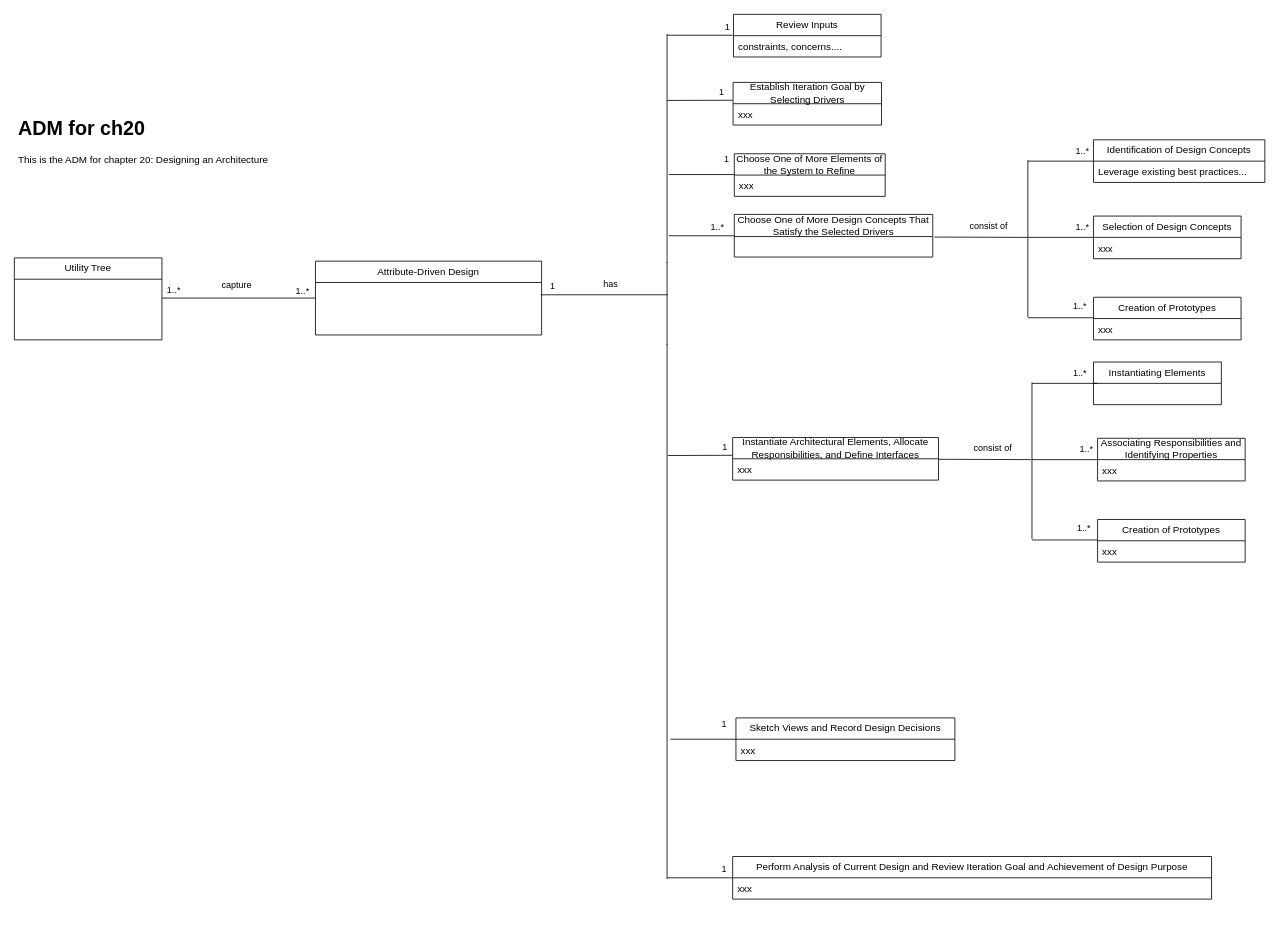
Above: Documentation/DomainModel/ch20.drawio in dhruwanga19/4471_Group14_ProjectDocumentation (draw.io), before the change. Source tidied: cells renumbered, new cells numbered last; positions are measured from the earlier drawing's top-left corner, leaving out a move shared by most shapes. Both pictures are drawn from the tidied source at 82%, with x=0, y=0 at pixel (14, 14).
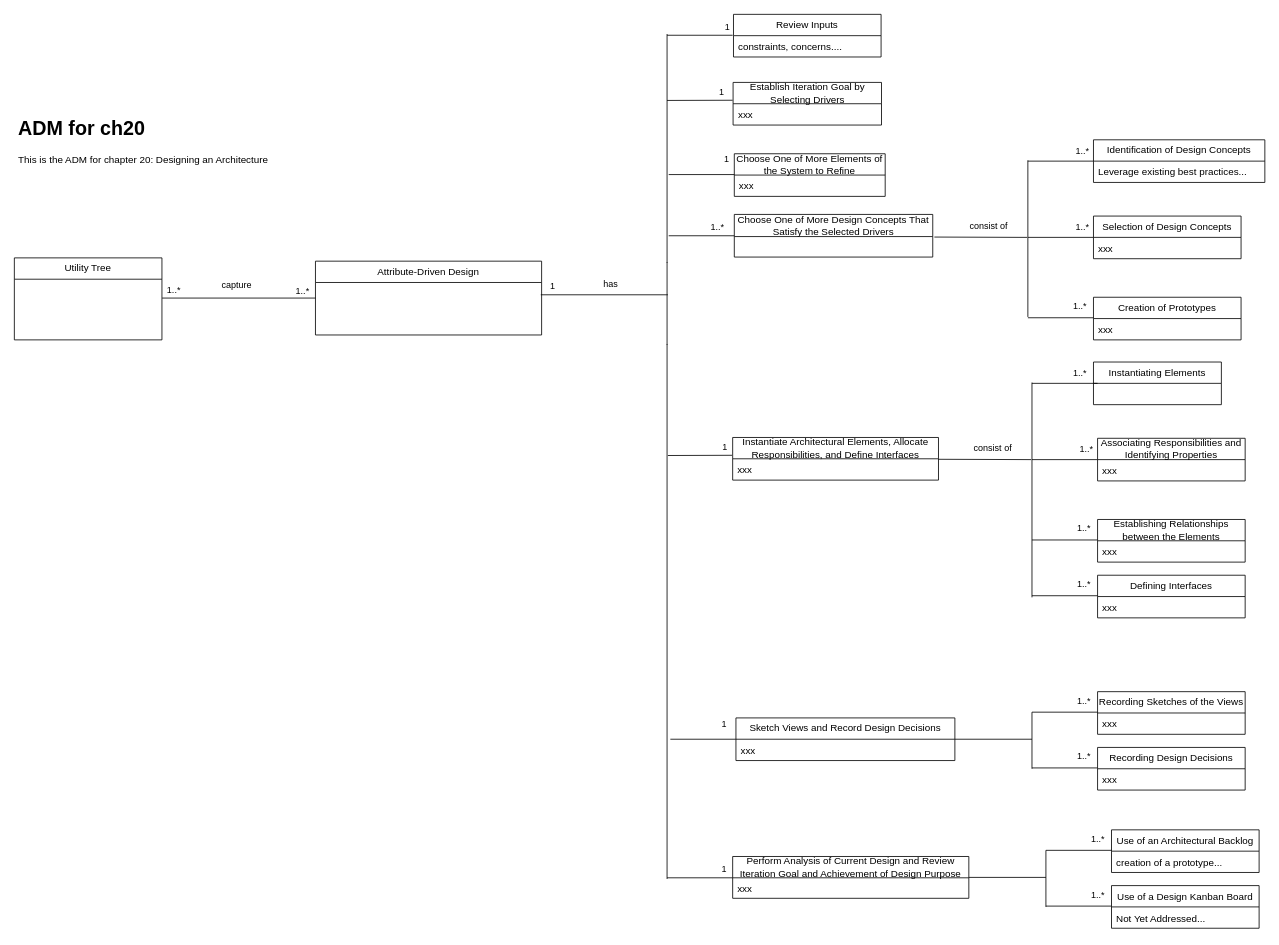
The same diagram, later.

The change refers to these unchanged cells:
```xml
<mxCell id="12" value="Sketch Views and Record Design Decisions" style="swimlane;fontStyle=0;horizontal=1;startSize=26;fillColor=none;whiteSpace=wrap;html=1;" parent="1" vertex="1">
  <mxGeometry x="880" y="858" width="267" height="52" as="geometry" />
</mxCell>
```

The edit, as a diff of the source:
```diff
@@
     <mxCell id="38" value="Perform Analysis of Current Design and Review Iteration Goal and Achievement of Design Purpose" style="swimlane;fontStyle=0;horizontal=1;startSize=26;fillColor=none;whiteSpace=wrap;html=1;" parent="1" vertex="1">
-      <mxGeometry x="876" y="1027" width="584" height="52" as="geometry" />
+      <mxGeometry x="876" y="1027" width="288" height="51" as="geometry" />
     </mxCell>
     <mxCell id="39" value="xxx" style="text;strokeColor=none;fillColor=none;align=left;verticalAlign=top;spacingLeft=4;spacingRight=4;overflow=hidden;whiteSpace=wrap;html=1;" parent="38" vertex="1">
-      <mxGeometry y="26" width="584" height="26" as="geometry" />
+      <mxGeometry y="26" width="288" height="25" as="geometry" />
     </mxCell>
@@
     <mxCell id="57" style="endArrow=none;html=1;rounded=0;" parent="1" edge="1">
       <mxGeometry relative="1" as="geometry">
-        <mxPoint x="1241" y="640" as="sourcePoint" />
+        <mxPoint x="1241" y="711" as="sourcePoint" />
         <mxPoint x="1241" y="449" as="targetPoint" />
       </mxGeometry>
     </mxCell>
@@
-    <mxCell id="62" value="Creation of Prototypes" style="swimlane;fontStyle=0;horizontal=1;startSize=26;fillColor=none;whiteSpace=wrap;html=1;" parent="1" vertex="1">
+    <mxCell id="62" value="Establishing Relationships between the Elements" style="swimlane;fontStyle=0;horizontal=1;startSize=26;fillColor=none;whiteSpace=wrap;html=1;" parent="1" vertex="1">
       <mxGeometry x="1321" y="616" width="180" height="52" as="geometry" />
     </mxCell>
@@
+    <mxCell id="71" style="endArrow=none;html=1;rounded=0;" parent="1" edge="1">
+      <mxGeometry relative="1" as="geometry">
+        <mxPoint x="1241" y="709" as="sourcePoint" />
+        <mxPoint x="1321" y="709" as="targetPoint" />
+      </mxGeometry>
+    </mxCell>
+    <mxCell id="72" value="Defining Interfaces" style="swimlane;fontStyle=0;horizontal=1;startSize=26;fillColor=none;whiteSpace=wrap;html=1;" parent="1" vertex="1">
+      <mxGeometry x="1321" y="684" width="180" height="52" as="geometry" />
+    </mxCell>
+    <mxCell id="73" value="xxx" style="text;strokeColor=none;fillColor=none;align=left;verticalAlign=top;spacingLeft=4;spacingRight=4;overflow=hidden;whiteSpace=wrap;html=1;" parent="72" vertex="1">
+      <mxGeometry y="26" width="180" height="26" as="geometry" />
+    </mxCell>
+    <mxCell id="74" value="1..*" style="edgeLabel;html=1;align=right;verticalAlign=bottom;" parent="1" vertex="1">
+      <mxGeometry x="1313" y="703" as="geometry" />
+    </mxCell>
+    <mxCell id="75" style="endArrow=none;html=1;rounded=0;" parent="1" edge="1">
+      <mxGeometry relative="1" as="geometry">
+        <mxPoint x="1241" y="851" as="sourcePoint" />
+        <mxPoint x="1321" y="851" as="targetPoint" />
+      </mxGeometry>
+    </mxCell>
+    <mxCell id="76" value="Recording Sketches of the Views" style="swimlane;fontStyle=0;horizontal=1;startSize=26;fillColor=none;whiteSpace=wrap;html=1;" parent="1" vertex="1">
+      <mxGeometry x="1321" y="826" width="180" height="52" as="geometry" />
+    </mxCell>
+    <mxCell id="77" value="xxx" style="text;strokeColor=none;fillColor=none;align=left;verticalAlign=top;spacingLeft=4;spacingRight=4;overflow=hidden;whiteSpace=wrap;html=1;" parent="76" vertex="1">
+      <mxGeometry y="26" width="180" height="26" as="geometry" />
+    </mxCell>
+    <mxCell id="78" value="1..*" style="edgeLabel;html=1;align=right;verticalAlign=bottom;" parent="1" vertex="1">
+      <mxGeometry x="1313" y="845" as="geometry" />
+    </mxCell>
+    <mxCell id="79" style="endArrow=none;html=1;rounded=0;" parent="1" edge="1">
+      <mxGeometry relative="1" as="geometry">
+        <mxPoint x="1241" y="919" as="sourcePoint" />
+        <mxPoint x="1321" y="919" as="targetPoint" />
+      </mxGeometry>
+    </mxCell>
+    <mxCell id="80" value="Recording Design Decisions" style="swimlane;fontStyle=0;horizontal=1;startSize=26;fillColor=none;whiteSpace=wrap;html=1;" parent="1" vertex="1">
+      <mxGeometry x="1321" y="894" width="180" height="52" as="geometry" />
+    </mxCell>
+    <mxCell id="81" value="xxx" style="text;strokeColor=none;fillColor=none;align=left;verticalAlign=top;spacingLeft=4;spacingRight=4;overflow=hidden;whiteSpace=wrap;html=1;" parent="80" vertex="1">
+      <mxGeometry y="26" width="180" height="26" as="geometry" />
+    </mxCell>
+    <mxCell id="82" value="1..*" style="edgeLabel;html=1;align=right;verticalAlign=bottom;" parent="1" vertex="1">
+      <mxGeometry x="1313" y="913" as="geometry" />
+    </mxCell>
+    <mxCell id="83" style="endArrow=none;html=1;rounded=0;" parent="1" edge="1">
+      <mxGeometry relative="1" as="geometry">
+        <mxPoint x="1241" y="920" as="sourcePoint" />
+        <mxPoint x="1241" y="851" as="targetPoint" />
+      </mxGeometry>
+    </mxCell>
+    <mxCell id="84" style="endArrow=none;html=1;rounded=0;exitX=1;exitY=0.5;exitDx=0;exitDy=0;" parent="1" edge="1" source="12">
+      <mxGeometry relative="1" as="geometry">
+        <mxPoint x="1241" y="884" as="targetPoint" />
+      </mxGeometry>
+    </mxCell>
+    <mxCell id="85" style="endArrow=none;html=1;rounded=0;" parent="1" edge="1">
+      <mxGeometry relative="1" as="geometry">
+        <mxPoint x="1258" y="1019.5" as="sourcePoint" />
+        <mxPoint x="1338" y="1019.5" as="targetPoint" />
+      </mxGeometry>
+    </mxCell>
+    <mxCell id="86" value="Use of an Architectural Backlog" style="swimlane;fontStyle=0;horizontal=1;startSize=26;fillColor=none;whiteSpace=wrap;html=1;" parent="1" vertex="1">
+      <mxGeometry x="1338" y="994.5" width="180" height="52" as="geometry" />
+    </mxCell>
+    <mxCell id="87" value="creation of a prototype..." style="text;strokeColor=none;fillColor=none;align=left;verticalAlign=top;spacingLeft=4;spacingRight=4;overflow=hidden;whiteSpace=wrap;html=1;" parent="86" vertex="1">
+      <mxGeometry y="26" width="180" height="26" as="geometry" />
+    </mxCell>
+    <mxCell id="88" value="1..*" style="edgeLabel;html=1;align=right;verticalAlign=bottom;" parent="1" vertex="1">
+      <mxGeometry x="1330" y="1013.5" as="geometry" />
+    </mxCell>
+    <mxCell id="89" style="endArrow=none;html=1;rounded=0;" parent="1" edge="1">
+      <mxGeometry relative="1" as="geometry">
+        <mxPoint x="1258" y="1087.5" as="sourcePoint" />
+        <mxPoint x="1338" y="1087.5" as="targetPoint" />
+      </mxGeometry>
+    </mxCell>
+    <mxCell id="90" value="Use of a Design Kanban Board" style="swimlane;fontStyle=0;horizontal=1;startSize=26;fillColor=none;whiteSpace=wrap;html=1;" parent="1" vertex="1">
+      <mxGeometry x="1338" y="1062.5" width="180" height="52" as="geometry" />
+    </mxCell>
+    <mxCell id="91" value="Not Yet Addressed..." style="text;strokeColor=none;fillColor=none;align=left;verticalAlign=top;spacingLeft=4;spacingRight=4;overflow=hidden;whiteSpace=wrap;html=1;" parent="90" vertex="1">
+      <mxGeometry y="26" width="180" height="26" as="geometry" />
+    </mxCell>
+    <mxCell id="92" value="1..*" style="edgeLabel;html=1;align=right;verticalAlign=bottom;" parent="1" vertex="1">
+      <mxGeometry x="1330" y="1081.5" as="geometry" />
+    </mxCell>
+    <mxCell id="93" style="endArrow=none;html=1;rounded=0;" parent="1" edge="1">
+      <mxGeometry relative="1" as="geometry">
+        <mxPoint x="1258" y="1088.5" as="sourcePoint" />
+        <mxPoint x="1258" y="1019.5" as="targetPoint" />
+      </mxGeometry>
+    </mxCell>
+    <mxCell id="94" style="endArrow=none;html=1;rounded=0;exitX=1;exitY=0.5;exitDx=0;exitDy=0;" parent="1" edge="1">
+      <mxGeometry relative="1" as="geometry">
+        <mxPoint x="1164" y="1052.5" as="sourcePoint" />
+        <mxPoint x="1258" y="1052.5" as="targetPoint" />
+      </mxGeometry>
+    </mxCell>
```
